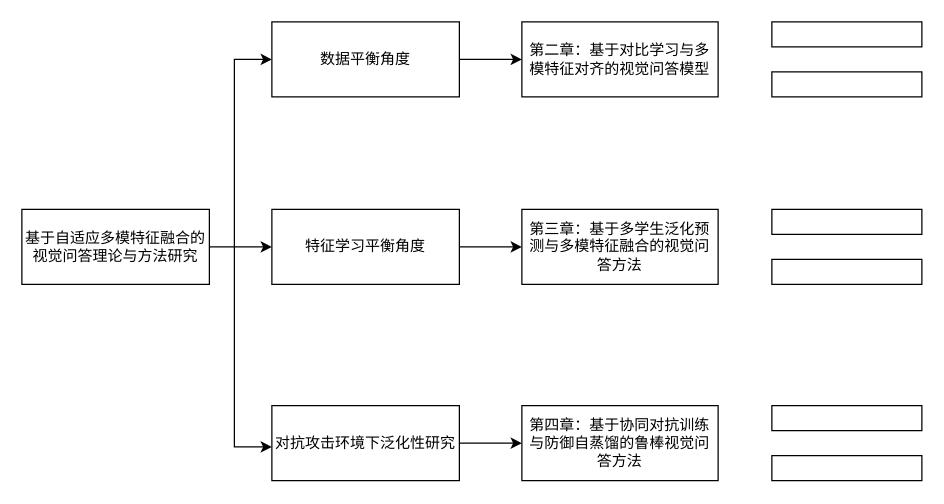
This is 未命名绘图.drawio from 156aasdfg/CFT-VQA, a draw.io file, before an edit. Source tidied: cells renumbered, new cells numbered last; positions are measured from the earlier drawing's top-left corner, leaving out a move shared by most shapes. Both pictures are drawn from the tidied source at 125%, with x=0, y=0 at pixel (21, 21).
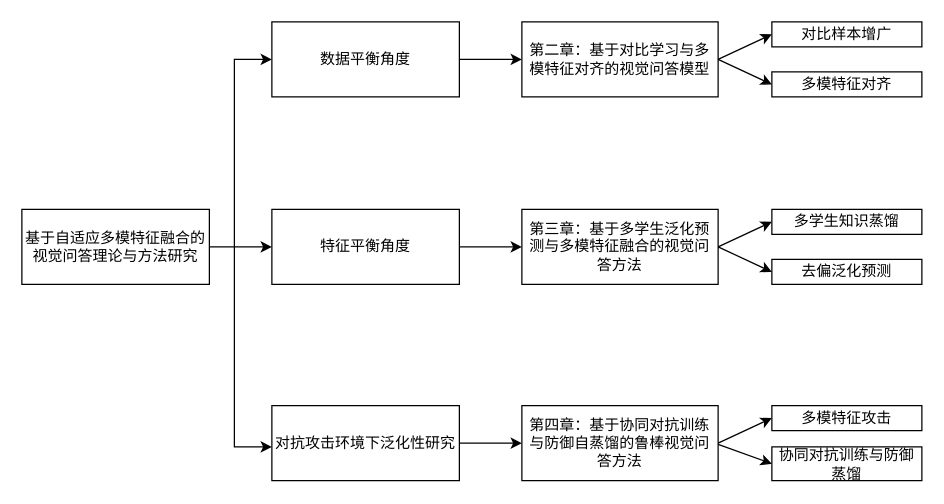
Above is the later version.

Commit message (it also covers changes not shown here):
更新未命名绘图.drawio

Unchanged cells that the change refers to:
```xml
<mxCell id="9" value="第二章：基于对比学习与多模特征对齐的视觉问答模型" style="rounded=0;whiteSpace=wrap;html=1;" parent="1" vertex="1">
  <mxGeometry x="400" width="157" height="60" as="geometry" />
</mxCell>
<mxCell id="10" value="第三章：基于多学生泛化预测与多模特征融合的视觉问答方法" style="rounded=0;whiteSpace=wrap;html=1;" parent="1" vertex="1">
  <mxGeometry x="400" y="150" width="157" height="60" as="geometry" />
</mxCell>
<mxCell id="11" value="第四章：基于协同对抗训练与防御自蒸馏的鲁棒视觉问答方法" style="rounded=0;whiteSpace=wrap;html=1;" parent="1" vertex="1">
  <mxGeometry x="400" y="307" width="157" height="60" as="geometry" />
</mxCell>
```

The edit, as a diff of the source:
```diff
@@
-    <mxCell id="4" value="特征学习平衡角度" style="rounded=0;whiteSpace=wrap;html=1;" parent="1" vertex="1">
+    <mxCell id="4" value="特征平衡角度" style="rounded=0;whiteSpace=wrap;html=1;" parent="1" vertex="1">
       <mxGeometry x="200" y="150" width="150" height="60" as="geometry" />
     </mxCell>
@@
-    <mxCell id="15" style="rounded=0;whiteSpace=wrap;html=1;" parent="1" vertex="1">
+    <mxCell id="15" value="对比样本增广" style="rounded=0;whiteSpace=wrap;html=1;" parent="1" vertex="1">
       <mxGeometry x="600" width="120" height="20" as="geometry" />
     </mxCell>
-    <mxCell id="16" style="rounded=0;whiteSpace=wrap;html=1;" parent="1" vertex="1">
+    <mxCell id="16" value="多模特征对齐" style="rounded=0;whiteSpace=wrap;html=1;" parent="1" vertex="1">
       <mxGeometry x="600" y="40" width="120" height="20" as="geometry" />
     </mxCell>
-    <mxCell id="17" style="rounded=0;whiteSpace=wrap;html=1;" parent="1" vertex="1">
+    <mxCell id="17" value="多学生知识蒸馏" style="rounded=0;whiteSpace=wrap;html=1;" parent="1" vertex="1">
       <mxGeometry x="600" y="150" width="120" height="20" as="geometry" />
     </mxCell>
-    <mxCell id="18" style="rounded=0;whiteSpace=wrap;html=1;" parent="1" vertex="1">
+    <mxCell id="18" value="去偏泛化预测" style="rounded=0;whiteSpace=wrap;html=1;" parent="1" vertex="1">
       <mxGeometry x="600" y="190" width="120" height="20" as="geometry" />
     </mxCell>
-    <mxCell id="19" style="rounded=0;whiteSpace=wrap;html=1;" parent="1" vertex="1">
+    <mxCell id="19" value="多模特征攻击" style="rounded=0;whiteSpace=wrap;html=1;" parent="1" vertex="1">
       <mxGeometry x="600" y="307" width="120" height="20" as="geometry" />
     </mxCell>
-    <mxCell id="20" style="rounded=0;whiteSpace=wrap;html=1;" parent="1" vertex="1">
-      <mxGeometry x="600" y="347" width="120" height="20" as="geometry" />
+    <mxCell id="20" value="协同对抗训练与防御蒸馏" style="rounded=0;whiteSpace=wrap;html=1;" parent="1" vertex="1">
+      <mxGeometry x="600" y="340" width="120" height="27" as="geometry" />
     </mxCell>
+    <mxCell id="21" style="endArrow=classic;html=1;rounded=0;exitX=1;exitY=0.5;exitDx=0;exitDy=0;entryX=0;entryY=0.5;entryDx=0;entryDy=0;" parent="1" edge="1" source="9" target="15">
+      <mxGeometry relative="1" as="geometry" />
+    </mxCell>
+    <mxCell id="22" style="endArrow=classic;html=1;rounded=0;exitX=1;exitY=0.5;exitDx=0;exitDy=0;entryX=0;entryY=0.5;entryDx=0;entryDy=0;" parent="1" edge="1" source="9" target="16">
+      <mxGeometry relative="1" as="geometry" />
+    </mxCell>
+    <mxCell id="23" style="endArrow=classic;html=1;rounded=0;exitX=1;exitY=0.5;exitDx=0;exitDy=0;entryX=0;entryY=0.5;entryDx=0;entryDy=0;" parent="1" edge="1" source="10" target="17">
+      <mxGeometry relative="1" as="geometry" />
+    </mxCell>
+    <mxCell id="24" style="endArrow=classic;html=1;rounded=0;exitX=1;exitY=0.5;exitDx=0;exitDy=0;entryX=0;entryY=0.5;entryDx=0;entryDy=0;" parent="1" edge="1" source="10" target="18">
+      <mxGeometry relative="1" as="geometry" />
+    </mxCell>
+    <mxCell id="25" style="endArrow=classic;html=1;rounded=0;exitX=1;exitY=0.5;exitDx=0;exitDy=0;entryX=0;entryY=0.5;entryDx=0;entryDy=0;" parent="1" edge="1" source="11" target="19">
+      <mxGeometry relative="1" as="geometry" />
+    </mxCell>
+    <mxCell id="26" style="endArrow=classic;html=1;rounded=0;entryX=0;entryY=0.5;entryDx=0;entryDy=0;" parent="1" edge="1" target="20">
+      <mxGeometry relative="1" as="geometry">
+        <mxPoint x="557" y="338" as="sourcePoint" />
+      </mxGeometry>
+    </mxCell>
```
